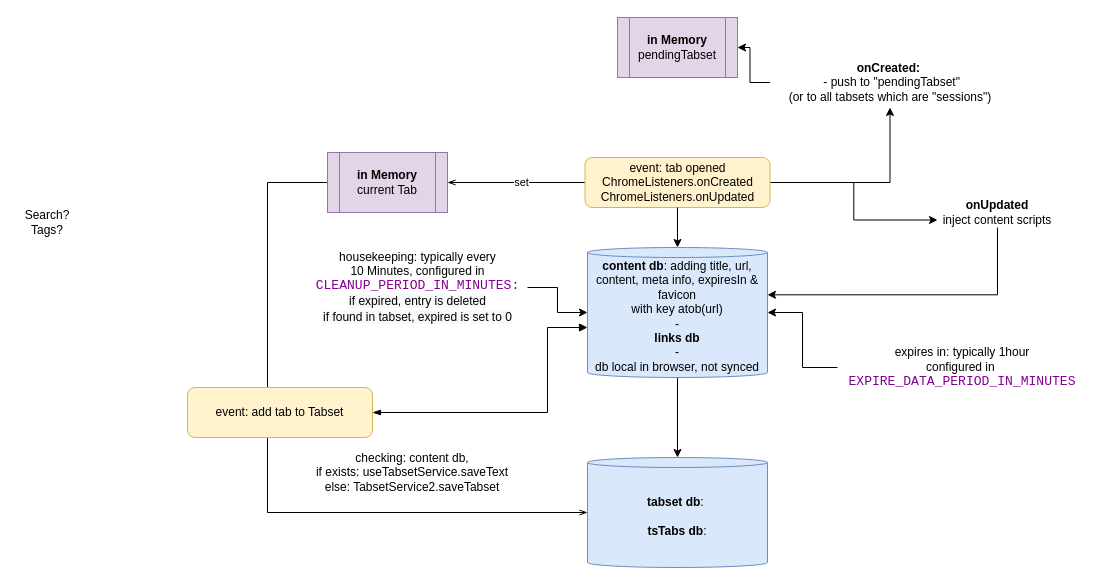
evandor/tabsets keeps this draw.io diagram as docs/drawio/test.drawio. Above is the earlier version. Source tidied: cells renumbered, new cells numbered last; positions are measured from the earlier drawing's top-left corner, leaving out a move shared by most shapes. Both pictures are drawn from the tidied source at 100%, with x=0, y=0 at pixel (17, 17).
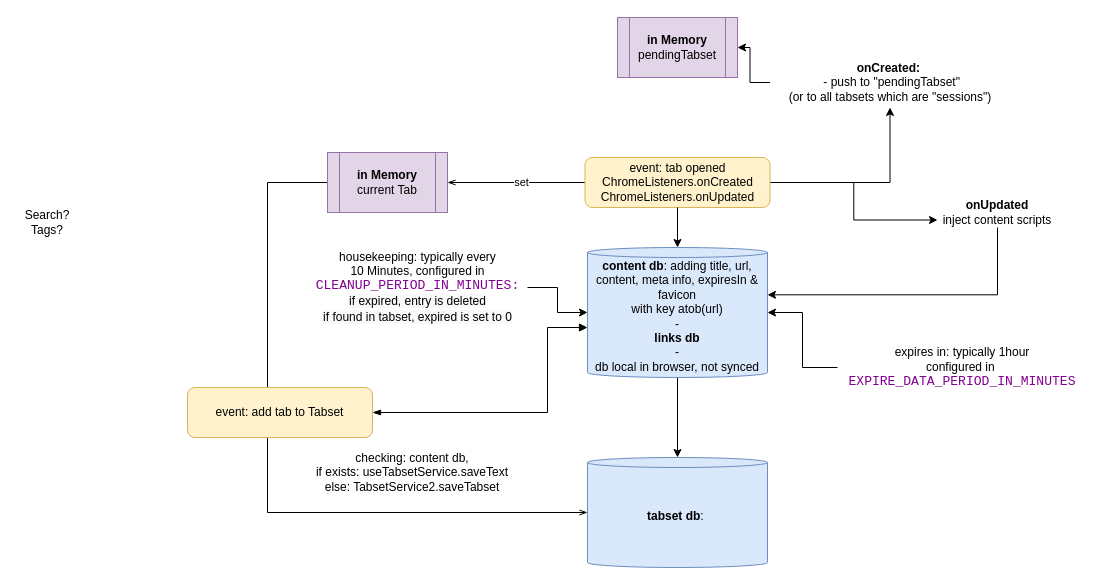
After the change.

Diff of the diagram source:
```diff
@@
-    <mxCell id="15" value="&lt;b&gt;tabset db&lt;/b&gt;:&amp;nbsp;&lt;br&gt;&lt;br&gt;&lt;b&gt;tsTabs db&lt;/b&gt;:" style="shape=cylinder3;whiteSpace=wrap;html=1;boundedLbl=1;backgroundOutline=1;size=5;fillColor=#dae8fc;strokeColor=#6c8ebf;" parent="1" vertex="1">
+    <mxCell id="15" value="&lt;b&gt;tabset db&lt;/b&gt;:&amp;nbsp;" style="shape=cylinder3;whiteSpace=wrap;html=1;boundedLbl=1;backgroundOutline=1;size=5;fillColor=#dae8fc;strokeColor=#6c8ebf;" parent="1" vertex="1">
       <mxGeometry x="570" y="440" width="180" height="110" as="geometry" />
     </mxCell>
```
